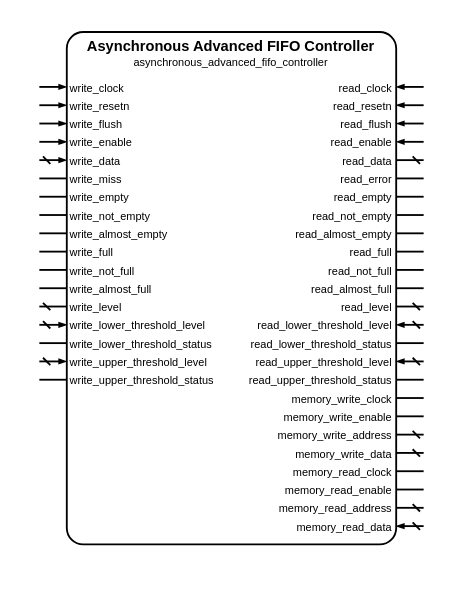
Earlier version of the draw.io diagram sources/data/controllers/asynchronous_advanced_fifo/asynchronous_advanced_fifo_controller.symbol.drawio (Louis-DR/OmniCores-BuildingBlocks). Source tidied: cells renumbered, new cells numbered last; positions are measured from the earlier drawing's top-left corner, leaving out a move shared by most shapes. Both pictures are drawn from the tidied source at 183%, with x=0, y=0 at pixel (38, 31).
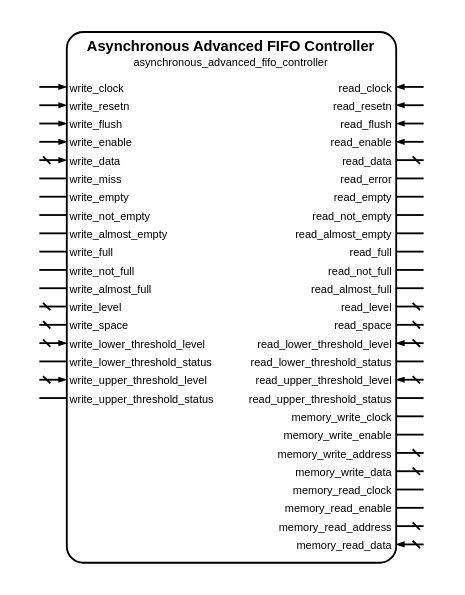
The same page after the edit.

Commit message (it also covers changes not shown here):
[Change] Add space output for advanced FIFO controllers (number of free slots, opposite of level)

Diff of the diagram source:
```diff
@@
     <mxCell id="2" style="group;" parent="1" vertex="1">
-      <mxGeometry width="210" height="280" as="geometry" />
+      <mxGeometry width="210" height="290" as="geometry" />
     </mxCell>
     <mxCell id="3" style="rounded=1;arcSize=5;fillColor=none;strokeWidth=1;strokeColor=black;whiteSpace=wrap;html=1;" parent="2" vertex="1">
-      <mxGeometry x="15" width="180" height="280" as="geometry" />
+      <mxGeometry x="15" width="180" height="290" as="geometry" />
     </mxCell>
@@
+    <mxCell id="90" value="write_space" style="text;html=1;align=left;verticalAlign=middle;whiteSpace=wrap;rounded=0;fontSize=6;fontStyle=0;fontColor=black;" parent="2" vertex="1">
+      <mxGeometry x="15" y="160" width="180" as="geometry" />
+    </mxCell>
+    <mxCell id="91" style="html=1;rounded=1;strokeWidth=1;strokeColor=black;startFill=0;startSize=2;startArrow=dash;endFill=1;endSize=2;endArrow=none;sourcePerimeterSpacing=0;" parent="2" edge="1">
+      <mxGeometry relative="1" as="geometry">
+        <mxPoint y="160" as="sourcePoint" />
+        <mxPoint x="15" y="160" as="targetPoint" />
+      </mxGeometry>
+    </mxCell>
+    <mxCell id="92" value="read_space" style="text;html=1;align=right;verticalAlign=middle;whiteSpace=wrap;rounded=0;fontSize=6;fontStyle=0;fontColor=black;" parent="2" vertex="1">
+      <mxGeometry x="15" y="160" width="180" as="geometry" />
+    </mxCell>
+    <mxCell id="93" style="html=1;rounded=1;strokeWidth=1;strokeColor=black;startFill=0;startSize=2;startArrow=dash;endFill=1;endSize=2;endArrow=none;sourcePerimeterSpacing=0;" parent="2" edge="1">
+      <mxGeometry relative="1" as="geometry">
+        <mxPoint x="210" y="160" as="sourcePoint" />
+        <mxPoint x="195" y="160" as="targetPoint" />
+      </mxGeometry>
+    </mxCell>
     <mxCell id="58" value="write_lower_threshold_level" style="text;html=1;align=left;verticalAlign=middle;whiteSpace=wrap;rounded=0;fontSize=6;fontStyle=0;fontColor=black;" parent="2" vertex="1">
-      <mxGeometry x="15" y="160" width="180" as="geometry" />
+      <mxGeometry x="15" y="170" width="180" as="geometry" />
     </mxCell>
     <mxCell id="59" style="html=1;rounded=1;strokeWidth=1;strokeColor=black;startFill=0;startSize=2;startArrow=dash;endFill=1;endSize=2;endArrow=blockThin;sourcePerimeterSpacing=0;" parent="2" edge="1">
       <mxGeometry relative="1" as="geometry">
-        <mxPoint y="160" as="sourcePoint" />
-        <mxPoint x="15" y="160" as="targetPoint" />
+        <mxPoint y="170" as="sourcePoint" />
+        <mxPoint x="15" y="170" as="targetPoint" />
       </mxGeometry>
     </mxCell>
     <mxCell id="60" value="read_lower_threshold_level" style="text;html=1;align=right;verticalAlign=middle;whiteSpace=wrap;rounded=0;fontSize=6;fontStyle=0;fontColor=black;" parent="2" vertex="1">
-      <mxGeometry x="15" y="160" width="180" as="geometry" />
+      <mxGeometry x="15" y="170" width="180" as="geometry" />
     </mxCell>
     <mxCell id="61" style="html=1;rounded=1;strokeWidth=1;strokeColor=black;startFill=0;startSize=2;startArrow=dash;endFill=1;endSize=2;endArrow=blockThin;sourcePerimeterSpacing=0;" parent="2" edge="1">
       <mxGeometry relative="1" as="geometry">
-        <mxPoint x="210" y="160" as="sourcePoint" />
-        <mxPoint x="195" y="160" as="targetPoint" />
+        <mxPoint x="210" y="170" as="sourcePoint" />
+        <mxPoint x="195" y="170" as="targetPoint" />
       </mxGeometry>
     </mxCell>
     <mxCell id="62" value="write_lower_threshold_status" style="text;html=1;align=left;verticalAlign=middle;whiteSpace=wrap;rounded=0;fontSize=6;fontStyle=0;fontColor=black;" parent="2" vertex="1">
-      <mxGeometry x="15" y="170" width="180" as="geometry" />
+      <mxGeometry x="15" y="180" width="180" as="geometry" />
     </mxCell>
     <mxCell id="63" style="html=1;rounded=1;strokeWidth=1;strokeColor=black;startFill=0;startSize=2;startArrow=none;endFill=1;endSize=2;endArrow=none;sourcePerimeterSpacing=0;" parent="2" edge="1">
       <mxGeometry relative="1" as="geometry">
-        <mxPoint y="170" as="sourcePoint" />
-        <mxPoint x="15" y="170" as="targetPoint" />
+        <mxPoint y="180" as="sourcePoint" />
+        <mxPoint x="15" y="180" as="targetPoint" />
       </mxGeometry>
     </mxCell>
     <mxCell id="64" value="read_lower_threshold_status" style="text;html=1;align=right;verticalAlign=middle;whiteSpace=wrap;rounded=0;fontSize=6;fontStyle=0;fontColor=black;" parent="2" vertex="1">
-      <mxGeometry x="15" y="170" width="180" as="geometry" />
+      <mxGeometry x="15" y="180" width="180" as="geometry" />
     </mxCell>
     <mxCell id="65" style="html=1;rounded=1;strokeWidth=1;strokeColor=black;startFill=0;startSize=2;startArrow=none;endFill=1;endSize=2;endArrow=none;sourcePerimeterSpacing=0;" parent="2" edge="1">
       <mxGeometry relative="1" as="geometry">
-        <mxPoint x="210" y="170" as="sourcePoint" />
-        <mxPoint x="195" y="170" as="targetPoint" />
+        <mxPoint x="210" y="180" as="sourcePoint" />
+        <mxPoint x="195" y="180" as="targetPoint" />
       </mxGeometry>
     </mxCell>
     <mxCell id="66" value="write_upper_threshold_level" style="text;html=1;align=left;verticalAlign=middle;whiteSpace=wrap;rounded=0;fontSize=6;fontStyle=0;fontColor=black;" parent="2" vertex="1">
-      <mxGeometry x="15" y="180" width="180" as="geometry" />
+      <mxGeometry x="15" y="190" width="180" as="geometry" />
     </mxCell>
     <mxCell id="67" style="html=1;rounded=1;strokeWidth=1;strokeColor=black;startFill=0;startSize=2;startArrow=dash;endFill=1;endSize=2;endArrow=blockThin;sourcePerimeterSpacing=0;" parent="2" edge="1">
       <mxGeometry relative="1" as="geometry">
-        <mxPoint y="180" as="sourcePoint" />
-        <mxPoint x="15" y="180" as="targetPoint" />
+        <mxPoint y="190" as="sourcePoint" />
+        <mxPoint x="15" y="190" as="targetPoint" />
       </mxGeometry>
     </mxCell>
     <mxCell id="68" value="read_upper_threshold_level" style="text;html=1;align=right;verticalAlign=middle;whiteSpace=wrap;rounded=0;fontSize=6;fontStyle=0;fontColor=black;" parent="2" vertex="1">
-      <mxGeometry x="15" y="180" width="180" as="geometry" />
+      <mxGeometry x="15" y="190" width="180" as="geometry" />
     </mxCell>
     <mxCell id="69" style="html=1;rounded=1;strokeWidth=1;strokeColor=black;startFill=0;startSize=2;startArrow=dash;endFill=1;endSize=2;endArrow=blockThin;sourcePerimeterSpacing=0;" parent="2" edge="1">
       <mxGeometry relative="1" as="geometry">
-        <mxPoint x="210" y="180" as="sourcePoint" />
-        <mxPoint x="195" y="180" as="targetPoint" />
+        <mxPoint x="210" y="190" as="sourcePoint" />
+        <mxPoint x="195" y="190" as="targetPoint" />
       </mxGeometry>
     </mxCell>
     <mxCell id="70" value="write_upper_threshold_status" style="text;html=1;align=left;verticalAlign=middle;whiteSpace=wrap;rounded=0;fontSize=6;fontStyle=0;fontColor=black;" parent="2" vertex="1">
-      <mxGeometry x="15" y="190" width="180" as="geometry" />
+      <mxGeometry x="15" y="200" width="180" as="geometry" />
     </mxCell>
     <mxCell id="71" style="html=1;rounded=1;strokeWidth=1;strokeColor=black;startFill=0;startSize=2;startArrow=none;endFill=1;endSize=2;endArrow=none;sourcePerimeterSpacing=0;" parent="2" edge="1">
       <mxGeometry relative="1" as="geometry">
-        <mxPoint y="190" as="sourcePoint" />
-        <mxPoint x="15" y="190" as="targetPoint" />
+        <mxPoint y="200" as="sourcePoint" />
+        <mxPoint x="15" y="200" as="targetPoint" />
       </mxGeometry>
     </mxCell>
     <mxCell id="72" value="read_upper_threshold_status" style="text;html=1;align=right;verticalAlign=middle;whiteSpace=wrap;rounded=0;fontSize=6;fontStyle=0;fontColor=black;" parent="2" vertex="1">
-      <mxGeometry x="15" y="190" width="180" as="geometry" />
+      <mxGeometry x="15" y="200" width="180" as="geometry" />
     </mxCell>
     <mxCell id="73" style="html=1;rounded=1;strokeWidth=1;strokeColor=black;startFill=0;startSize=2;startArrow=none;endFill=1;endSize=2;endArrow=none;sourcePerimeterSpacing=0;" parent="2" edge="1">
       <mxGeometry relative="1" as="geometry">
-        <mxPoint x="210" y="190" as="sourcePoint" />
-        <mxPoint x="195" y="190" as="targetPoint" />
+        <mxPoint x="210" y="200" as="sourcePoint" />
+        <mxPoint x="195" y="200" as="targetPoint" />
       </mxGeometry>
     </mxCell>
     <mxCell id="74" value="memory_write_clock" style="text;html=1;align=right;verticalAlign=middle;whiteSpace=wrap;rounded=0;fontSize=6;fontStyle=0;fontColor=black;" parent="2" vertex="1">
-      <mxGeometry x="15" y="200" width="180" as="geometry" />
+      <mxGeometry x="15" y="210" width="180" as="geometry" />
     </mxCell>
     <mxCell id="75" style="html=1;rounded=1;strokeWidth=1;strokeColor=black;startFill=0;startSize=2;startArrow=none;endFill=1;endSize=2;endArrow=none;sourcePerimeterSpacing=0;" parent="2" edge="1">
       <mxGeometry relative="1" as="geometry">
-        <mxPoint x="210" y="200" as="sourcePoint" />
-        <mxPoint x="195" y="200" as="targetPoint" />
+        <mxPoint x="210" y="210" as="sourcePoint" />
+        <mxPoint x="195" y="210" as="targetPoint" />
       </mxGeometry>
     </mxCell>
     <mxCell id="76" value="memory_write_enable" style="text;html=1;align=right;verticalAlign=middle;whiteSpace=wrap;rounded=0;fontSize=6;fontStyle=0;fontColor=black;" parent="2" vertex="1">
-      <mxGeometry x="15" y="210" width="180" as="geometry" />
+      <mxGeometry x="15" y="220" width="180" as="geometry" />
     </mxCell>
     <mxCell id="77" style="html=1;rounded=1;strokeWidth=1;strokeColor=black;startFill=0;startSize=2;startArrow=none;endFill=1;endSize=2;endArrow=none;sourcePerimeterSpacing=0;" parent="2" edge="1">
       <mxGeometry relative="1" as="geometry">
-        <mxPoint x="210" y="210" as="sourcePoint" />
-        <mxPoint x="195" y="210" as="targetPoint" />
+        <mxPoint x="210" y="220" as="sourcePoint" />
+        <mxPoint x="195" y="220" as="targetPoint" />
       </mxGeometry>
     </mxCell>
     <mxCell id="78" value="memory_write_address" style="text;html=1;align=right;verticalAlign=middle;whiteSpace=wrap;rounded=0;fontSize=6;fontStyle=0;fontColor=black;" parent="2" vertex="1">
-      <mxGeometry x="15" y="220" width="180" as="geometry" />
+      <mxGeometry x="15" y="230" width="180" as="geometry" />
     </mxCell>
     <mxCell id="79" style="html=1;rounded=1;strokeWidth=1;strokeColor=black;startFill=0;startSize=2;startArrow=dash;endFill=1;endSize=2;endArrow=none;sourcePerimeterSpacing=0;" parent="2" edge="1">
       <mxGeometry relative="1" as="geometry">
-        <mxPoint x="210" y="220" as="sourcePoint" />
-        <mxPoint x="195" y="220" as="targetPoint" />
+        <mxPoint x="210" y="230" as="sourcePoint" />
+        <mxPoint x="195" y="230" as="targetPoint" />
       </mxGeometry>
     </mxCell>
     <mxCell id="80" value="memory_write_data" style="text;html=1;align=right;verticalAlign=middle;whiteSpace=wrap;rounded=0;fontSize=6;fontStyle=0;fontColor=black;" parent="2" vertex="1">
-      <mxGeometry x="15" y="230" width="180" as="geometry" />
+      <mxGeometry x="15" y="240" width="180" as="geometry" />
     </mxCell>
     <mxCell id="81" style="html=1;rounded=1;strokeWidth=1;strokeColor=black;startFill=0;startSize=2;startArrow=dash;endFill=1;endSize=2;endArrow=none;sourcePerimeterSpacing=0;" parent="2" edge="1">
       <mxGeometry relative="1" as="geometry">
-        <mxPoint x="210" y="230" as="sourcePoint" />
-        <mxPoint x="195" y="230" as="targetPoint" />
+        <mxPoint x="210" y="240" as="sourcePoint" />
+        <mxPoint x="195" y="240" as="targetPoint" />
       </mxGeometry>
     </mxCell>
     <mxCell id="82" value="memory_read_clock" style="text;html=1;align=right;verticalAlign=middle;whiteSpace=wrap;rounded=0;fontSize=6;fontStyle=0;fontColor=black;" parent="2" vertex="1">
-      <mxGeometry x="15" y="240" width="180" as="geometry" />
+      <mxGeometry x="15" y="250" width="180" as="geometry" />
     </mxCell>
     <mxCell id="83" style="html=1;rounded=1;strokeWidth=1;strokeColor=black;startFill=0;startSize=2;startArrow=none;endFill=1;endSize=2;endArrow=none;sourcePerimeterSpacing=0;" parent="2" edge="1">
       <mxGeometry relative="1" as="geometry">
-        <mxPoint x="210" y="240" as="sourcePoint" />
-        <mxPoint x="195" y="240" as="targetPoint" />
+        <mxPoint x="210" y="250" as="sourcePoint" />
+        <mxPoint x="195" y="250" as="targetPoint" />
       </mxGeometry>
     </mxCell>
     <mxCell id="84" value="memory_read_enable" style="text;html=1;align=right;verticalAlign=middle;whiteSpace=wrap;rounded=0;fontSize=6;fontStyle=0;fontColor=black;" parent="2" vertex="1">
-      <mxGeometry x="15" y="250" width="180" as="geometry" />
+      <mxGeometry x="15" y="260" width="180" as="geometry" />
     </mxCell>
     <mxCell id="85" style="html=1;rounded=1;strokeWidth=1;strokeColor=black;startFill=0;startSize=2;startArrow=none;endFill=1;endSize=2;endArrow=none;sourcePerimeterSpacing=0;" parent="2" edge="1">
       <mxGeometry relative="1" as="geometry">
-        <mxPoint x="210" y="250" as="sourcePoint" />
-        <mxPoint x="195" y="250" as="targetPoint" />
+        <mxPoint x="210" y="260" as="sourcePoint" />
+        <mxPoint x="195" y="260" as="targetPoint" />
       </mxGeometry>
     </mxCell>
     <mxCell id="86" value="memory_read_address" style="text;html=1;align=right;verticalAlign=middle;whiteSpace=wrap;rounded=0;fontSize=6;fontStyle=0;fontColor=black;" parent="2" vertex="1">
-      <mxGeometry x="15" y="260" width="180" as="geometry" />
+      <mxGeometry x="15" y="270" width="180" as="geometry" />
     </mxCell>
     <mxCell id="87" style="html=1;rounded=1;strokeWidth=1;strokeColor=black;startFill=0;startSize=2;startArrow=dash;endFill=1;endSize=2;endArrow=none;sourcePerimeterSpacing=0;" parent="2" edge="1">
       <mxGeometry relative="1" as="geometry">
-        <mxPoint x="210" y="260" as="sourcePoint" />
-        <mxPoint x="195" y="260" as="targetPoint" />
+        <mxPoint x="210" y="270" as="sourcePoint" />
+        <mxPoint x="195" y="270" as="targetPoint" />
       </mxGeometry>
     </mxCell>
     <mxCell id="88" value="memory_read_data" style="text;html=1;align=right;verticalAlign=middle;whiteSpace=wrap;rounded=0;fontSize=6;fontStyle=0;fontColor=black;" parent="2" vertex="1">
-      <mxGeometry x="15" y="270" width="180" as="geometry" />
+      <mxGeometry x="15" y="280" width="180" as="geometry" />
     </mxCell>
     <mxCell id="89" style="html=1;rounded=1;strokeWidth=1;strokeColor=black;startFill=0;startSize=2;startArrow=dash;endFill=1;endSize=2;endArrow=blockThin;sourcePerimeterSpacing=0;" parent="2" edge="1">
       <mxGeometry relative="1" as="geometry">
-        <mxPoint x="210" y="270" as="sourcePoint" />
-        <mxPoint x="195" y="270" as="targetPoint" />
+        <mxPoint x="210" y="280" as="sourcePoint" />
+        <mxPoint x="195" y="280" as="targetPoint" />
       </mxGeometry>
     </mxCell>
```
